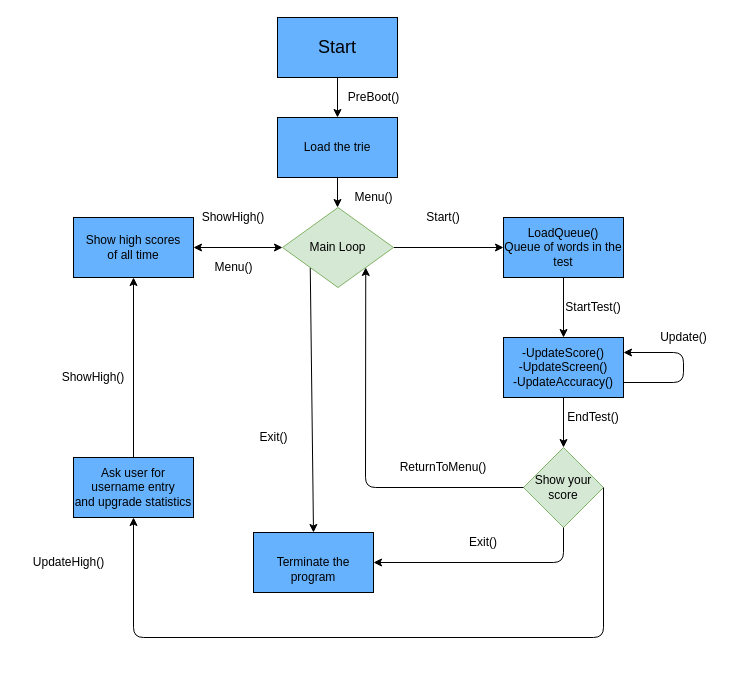
Earlier version of the draw.io diagram DataFlowDiagram.drawio (Sujith402/Secure-Programming-Typing-Test). Source tidied: cells renumbered, new cells numbered last; positions are measured from the earlier drawing's top-left corner, leaving out a move shared by most shapes. Both pictures are drawn from the tidied source at 100%, with x=0, y=0 at pixel (23, 17).
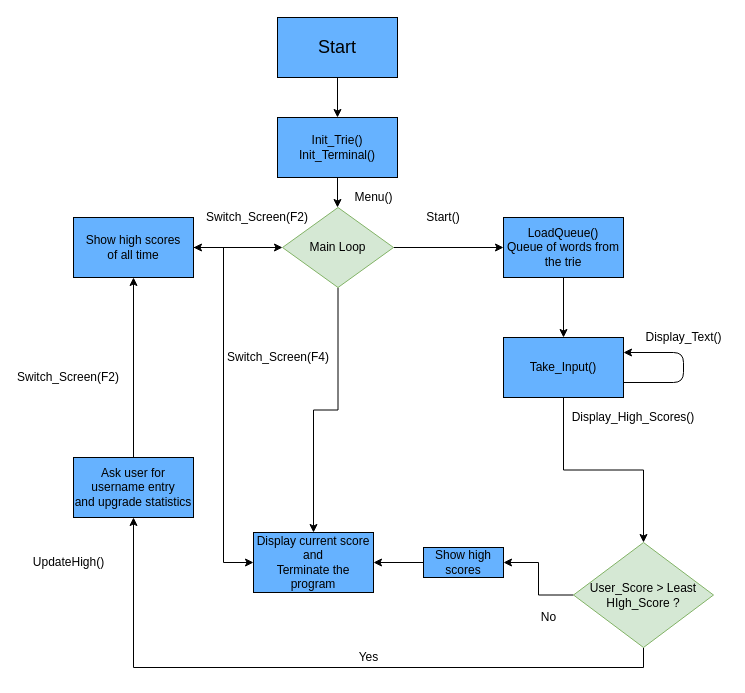
The same diagram, later.

The change refers to these unchanged cells:
```xml
<mxCell id="10" value="Show high scores&lt;br&gt;of all time" style="rounded=0;whiteSpace=wrap;html=1;fillColor=#66B2FF;" parent="1" vertex="1">
  <mxGeometry x="50" y="200" width="120" height="60" as="geometry" />
</mxCell>
<mxCell id="19" value="&lt;span&gt;Main Loop&lt;/span&gt;" style="rhombus;whiteSpace=wrap;html=1;fillColor=#d5e8d4;strokeColor=#82b366;" parent="1" vertex="1">
  <mxGeometry x="259" y="190" width="111" height="80" as="geometry" />
</mxCell>
<mxCell id="31" value="Ask user for username entry&lt;br&gt;and upgrade statistics" style="whiteSpace=wrap;html=1;fillColor=#66B2FF;" parent="1" vertex="1">
  <mxGeometry x="50" y="440" width="120" height="60" as="geometry" />
</mxCell>
```

What changed in the source:
```diff
@@
-    <mxCell id="4" value="Load the trie" style="rounded=0;whiteSpace=wrap;html=1;fillColor=#66B2FF;" parent="1" vertex="1">
+    <mxCell id="4" value="Init_Trie()&lt;br&gt;Init_Terminal()" style="rounded=0;whiteSpace=wrap;html=1;fillColor=#66B2FF;" parent="1" vertex="1">
       <mxGeometry x="254" y="100" width="120" height="60" as="geometry" />
     </mxCell>
@@
-    <mxCell id="8" value="LoadQueue()&lt;br&gt;Queue of words in the test" style="rounded=0;whiteSpace=wrap;html=1;fillColor=#66B2FF;" parent="1" vertex="1">
+    <mxCell id="8" value="LoadQueue()&lt;br&gt;Queue of words from the trie" style="rounded=0;whiteSpace=wrap;html=1;fillColor=#66B2FF;" parent="1" vertex="1">
       <mxGeometry x="480" y="200" width="120" height="60" as="geometry" />
     </mxCell>
@@
+    <mxCell id="37" style="edgeStyle=orthogonalEdgeStyle;rounded=0;jettySize=auto;html=1;entryX=0;entryY=0.5;entryDx=0;entryDy=0;" parent="1" edge="1" source="10" target="13">
+      <mxGeometry relative="1" as="geometry" />
+    </mxCell>
@@
-    <mxCell id="11" value="ShowHigh()" style="text;html=1;strokeColor=none;fillColor=none;align=center;verticalAlign=middle;whiteSpace=wrap;rounded=0;" parent="1" vertex="1">
-      <mxGeometry x="190" y="190" width="40" height="20" as="geometry" />
+    <mxCell id="11" value="Switch_Screen(F2)&lt;br&gt;" style="text;html=1;strokeColor=none;fillColor=none;align=center;verticalAlign=middle;whiteSpace=wrap;rounded=0;" parent="1" vertex="1">
+      <mxGeometry x="214" y="190" width="40" height="20" as="geometry" />
     </mxCell>
-    <mxCell id="12" style="endArrow=classic;html=1;exitX=0;exitY=1;exitDx=0;exitDy=0;entryX=0.5;entryY=0;entryDx=0;entryDy=0;" parent="1" edge="1" source="19" target="13">
-      <mxGeometry relative="1" as="geometry" />
-    </mxCell>
-    <mxCell id="13" value="&lt;br&gt;Terminate the program" style="rounded=0;whiteSpace=wrap;html=1;fillColor=#66B2FF;" parent="1" vertex="1">
+    <mxCell id="13" value="Display current score and&lt;br&gt;Terminate the program" style="rounded=0;whiteSpace=wrap;html=1;fillColor=#66B2FF;" parent="1" vertex="1">
       <mxGeometry x="230" y="515" width="120" height="60" as="geometry" />
     </mxCell>
@@
-    <mxCell id="15" value="&lt;span&gt;Exit()&lt;/span&gt;" style="text;html=1;align=center;verticalAlign=middle;" parent="1" vertex="1">
-      <mxGeometry x="230" y="410" width="40" height="20" as="geometry" />
-    </mxCell>
@@
-    <mxCell id="17" value="StartTest()" style="text;html=1;strokeColor=none;fillColor=none;align=center;verticalAlign=middle;whiteSpace=wrap;rounded=0;" parent="1" vertex="1">
-      <mxGeometry x="550" y="280" width="40" height="20" as="geometry" />
-    </mxCell>
+    <mxCell id="38" style="edgeStyle=orthogonalEdgeStyle;rounded=0;jettySize=auto;html=1;entryX=0.5;entryY=0;entryDx=0;entryDy=0;" parent="1" edge="1" source="18" target="41">
+      <mxGeometry relative="1" as="geometry" />
+    </mxCell>
-    <mxCell id="18" value="-UpdateScore()&lt;br&gt;-UpdateScreen()&lt;br&gt;-UpdateAccuracy()" style="rounded=0;whiteSpace=wrap;html=1;fillColor=#66B2FF;" parent="1" vertex="1">
+    <mxCell id="18" value="Take_Input()" style="rounded=0;whiteSpace=wrap;html=1;fillColor=#66B2FF;" parent="1" vertex="1">
       <mxGeometry x="480" y="320" width="120" height="60" as="geometry" />
     </mxCell>
+    <mxCell id="12" style="edgeStyle=orthogonalEdgeStyle;rounded=0;jettySize=auto;html=1;exitX=0.5;exitY=1;exitDx=0;exitDy=0;entryX=0.5;entryY=0;entryDx=0;entryDy=0;" parent="1" edge="1" source="19" target="13">
+      <mxGeometry relative="1" as="geometry" />
+    </mxCell>
@@
-    <mxCell id="21" value="&lt;span&gt;Update()&lt;/span&gt;" style="text;html=1;align=center;verticalAlign=middle;" parent="1" vertex="1">
-      <mxGeometry x="630" y="310" width="60" height="20" as="geometry" />
+    <mxCell id="21" value="&lt;span&gt;Display_Text()&lt;/span&gt;" style="text;html=1;align=center;verticalAlign=middle;" parent="1" vertex="1">
+      <mxGeometry x="615" y="310" width="90" height="20" as="geometry" />
     </mxCell>
-    <mxCell id="22" style="endArrow=classic;html=1;exitX=0.5;exitY=1;exitDx=0;exitDy=0;" parent="1" edge="1" source="18">
-      <mxGeometry relative="1" as="geometry">
-        <mxPoint x="540" y="430" as="targetPoint" />
-      </mxGeometry>
-    </mxCell>
-    <mxCell id="23" value="EndTest()&lt;br&gt;" style="text;html=1;strokeColor=none;fillColor=none;align=center;verticalAlign=middle;whiteSpace=wrap;rounded=0;" parent="1" vertex="1">
-      <mxGeometry x="550" y="390" width="40" height="20" as="geometry" />
+    <mxCell id="23" value="Display_High_Scores()" style="text;html=1;strokeColor=none;fillColor=none;align=center;verticalAlign=middle;whiteSpace=wrap;rounded=0;" parent="1" vertex="1">
+      <mxGeometry x="590" y="390" width="40" height="20" as="geometry" />
     </mxCell>
-    <mxCell id="24" value="Show your score" style="rhombus;whiteSpace=wrap;html=1;fillColor=#d5e8d4;strokeColor=#82b366;" parent="1" vertex="1">
-      <mxGeometry x="500" y="430" width="80" height="80" as="geometry" />
-    </mxCell>
-    <mxCell id="25" style="endArrow=classic;html=1;exitX=0;exitY=0.5;exitDx=0;exitDy=0;entryX=1;entryY=1;entryDx=0;entryDy=0;" parent="1" edge="1" source="24" target="19">
-      <mxGeometry relative="1" as="geometry">
-        <Array as="points">
-          <mxPoint x="342" y="470" />
-        </Array>
-      </mxGeometry>
-    </mxCell>
-    <mxCell id="26" value="ReturnToMenu()" style="text;html=1;strokeColor=none;fillColor=none;align=center;verticalAlign=middle;whiteSpace=wrap;rounded=0;" parent="1" vertex="1">
-      <mxGeometry x="400" y="440" width="40" height="20" as="geometry" />
-    </mxCell>
-    <mxCell id="27" style="endArrow=classic;html=1;exitX=0.5;exitY=1;exitDx=0;exitDy=0;entryX=1;entryY=0.5;entryDx=0;entryDy=0;" parent="1" edge="1" source="24" target="13">
-      <mxGeometry relative="1" as="geometry">
-        <Array as="points">
-          <mxPoint x="540" y="545" />
-        </Array>
-      </mxGeometry>
-    </mxCell>
-    <mxCell id="28" value="Exit()" style="text;html=1;strokeColor=none;fillColor=none;align=center;verticalAlign=middle;whiteSpace=wrap;rounded=0;" parent="1" vertex="1">
-      <mxGeometry x="440" y="515" width="40" height="20" as="geometry" />
+    <mxCell id="28" value="Switch_Screen(F4)" style="text;html=1;strokeColor=none;fillColor=none;align=center;verticalAlign=middle;whiteSpace=wrap;rounded=0;" parent="1" vertex="1">
+      <mxGeometry x="235" y="330" width="40" height="20" as="geometry" />
     </mxCell>
-    <mxCell id="29" style="endArrow=classic;html=1;exitX=1;exitY=0.5;exitDx=0;exitDy=0;" parent="1" edge="1" source="24">
-      <mxGeometry relative="1" as="geometry">
-        <mxPoint x="110" y="500" as="targetPoint" />
-        <Array as="points">
-          <mxPoint x="580" y="620" />
-          <mxPoint x="110" y="620" />
-        </Array>
-      </mxGeometry>
-    </mxCell>
@@
-    <mxCell id="33" value="ShowHigh()" style="text;html=1;strokeColor=none;fillColor=none;align=center;verticalAlign=middle;whiteSpace=wrap;rounded=0;" parent="1" vertex="1">
-      <mxGeometry x="50" y="350" width="40" height="20" as="geometry" />
+    <mxCell id="33" value="Switch_Screen(F2)" style="text;html=1;strokeColor=none;fillColor=none;align=center;verticalAlign=middle;whiteSpace=wrap;rounded=0;" parent="1" vertex="1">
+      <mxGeometry x="25" y="350" width="40" height="20" as="geometry" />
     </mxCell>
-    <mxCell id="34" value="&lt;span&gt;PreBoot()&lt;/span&gt;" style="text;html=1;align=center;verticalAlign=middle;" parent="1" vertex="1">
-      <mxGeometry x="315" y="70" width="70" height="20" as="geometry" />
-    </mxCell>
-    <mxCell id="35" value="&lt;span&gt;Menu()&lt;/span&gt;" style="text;html=1;align=center;verticalAlign=middle;" parent="1" vertex="1">
-      <mxGeometry x="185" y="240" width="50" height="20" as="geometry" />
-    </mxCell>
@@
+    <mxCell id="39" style="edgeStyle=orthogonalEdgeStyle;rounded=0;jettySize=auto;html=1;entryX=0.5;entryY=1;entryDx=0;entryDy=0;exitX=0.5;exitY=1;exitDx=0;exitDy=0;" parent="1" edge="1" source="41" target="31">
+      <mxGeometry relative="1" as="geometry" />
+    </mxCell>
+    <mxCell id="40" style="edgeStyle=orthogonalEdgeStyle;rounded=0;jettySize=auto;html=1;entryX=1;entryY=0.5;entryDx=0;entryDy=0;" parent="1" edge="1" source="41" target="45">
+      <mxGeometry relative="1" as="geometry" />
+    </mxCell>
+    <mxCell id="41" value="User_Score &amp;gt; Least HIgh_Score ?" style="rhombus;whiteSpace=wrap;html=1;fillColor=#d5e8d4;strokeColor=#82b366;" parent="1" vertex="1">
+      <mxGeometry x="550" y="525" width="140" height="105" as="geometry" />
+    </mxCell>
+    <mxCell id="42" value="Yes&lt;br&gt;" style="text;html=1;align=center;verticalAlign=middle;strokeColor=none;" parent="1" vertex="1">
+      <mxGeometry x="325" y="630" width="40" height="20" as="geometry" />
+    </mxCell>
+    <mxCell id="43" value="No" style="text;html=1;align=center;verticalAlign=middle;strokeColor=none;" parent="1" vertex="1">
+      <mxGeometry x="510" y="590" width="30" height="20" as="geometry" />
+    </mxCell>
+    <mxCell id="44" style="edgeStyle=orthogonalEdgeStyle;rounded=0;jettySize=auto;html=1;entryX=1;entryY=0.5;entryDx=0;entryDy=0;" parent="1" edge="1" source="45" target="13">
+      <mxGeometry relative="1" as="geometry" />
+    </mxCell>
+    <mxCell id="45" value="Show high scores&lt;br&gt;" style="whiteSpace=wrap;html=1;fillColor=#66B2FF;strokeWidth=1;" parent="1" vertex="1">
+      <mxGeometry x="400" y="530" width="80" height="30" as="geometry" />
+    </mxCell>
```
